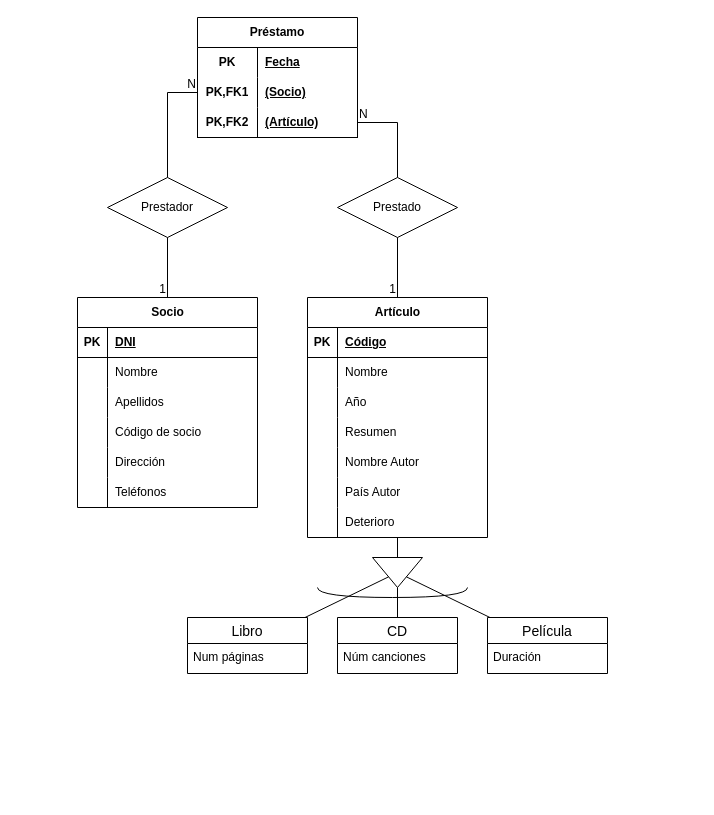
BasementHalfStackDev/ejercicios-ud12 keeps this draw.io diagram as Ejercicio_6_Bilblioteca.drawio. Above is the earlier version. Source tidied: cells renumbered, new cells numbered last; positions are measured from the earlier drawing's top-left corner, leaving out a move shared by most shapes. Both pictures are drawn from the tidied source at 100%, with x=0, y=0 at pixel (77, 17).
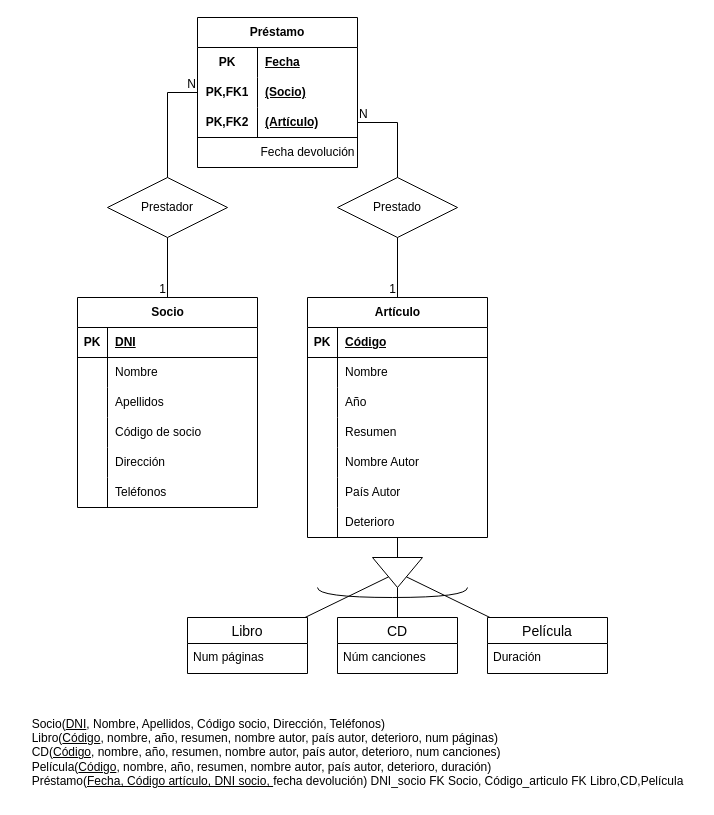
The same diagram, later.

The edit, as a diff of the source:
```diff
@@
     <mxCell id="55" value="Préstamo" style="shape=table;startSize=30;childLayout=tableLayout;rowLines=0;fontStyle=1;align=center;html=1;whiteSpace=wrap;" parent="1" vertex="1">
-      <mxGeometry x="120" width="160" height="120" as="geometry" />
+      <mxGeometry x="120" width="160" height="150" as="geometry" />
     </mxCell>
@@
+    <mxCell id="75" value="&lt;div style=&quot;text-align: left;&quot;&gt;&lt;span style=&quot;background-color: initial;&quot;&gt;Socio(&lt;/span&gt;&lt;u style=&quot;background-color: initial;&quot;&gt;DNI&lt;/u&gt;&lt;span style=&quot;background-color: initial;&quot;&gt;, Nombre, Apellidos, Código socio, Dirección, Teléfonos)&lt;/span&gt;&lt;/div&gt;&lt;div style=&quot;text-align: left;&quot;&gt;Libro(&lt;u&gt;Código&lt;/u&gt;, nombre, año, resumen, nombre autor, país autor, deterioro, num páginas)&lt;/div&gt;&lt;div style=&quot;text-align: left;&quot;&gt;CD(&lt;u&gt;Código&lt;/u&gt;, nombre, año, resumen, nombre autor, país autor, deterioro, num canciones)&lt;br&gt;&lt;/div&gt;&lt;div style=&quot;text-align: left;&quot;&gt;Película(&lt;u&gt;Código&lt;/u&gt;, nombre, año, resumen, nombre autor, país autor, deterioro, duración)&lt;br&gt;&lt;/div&gt;&lt;div style=&quot;text-align: left;&quot;&gt;Préstamo(&lt;u style=&quot;border-color: var(--border-color);&quot;&gt;Fecha, Código artículo, DNI socio,&amp;nbsp;&lt;/u&gt;fecha devolución) DNI_socio FK Socio, Código_articulo FK Libro,CD,Película&lt;br&gt;&lt;/div&gt;" style="text;html=1;align=center;verticalAlign=middle;strokeColor=none;fillColor=none;" parent="1" vertex="1">
+      <mxGeometry x="-60" y="690" width="680" height="90" as="geometry" />
+    </mxCell>
+    <mxCell id="76" value="Fecha devolución" style="text;html=1;align=center;verticalAlign=middle;strokeColor=none;fillColor=none;" parent="1" vertex="1">
+      <mxGeometry x="170" y="120" width="120" height="30" as="geometry" />
+    </mxCell>
```
